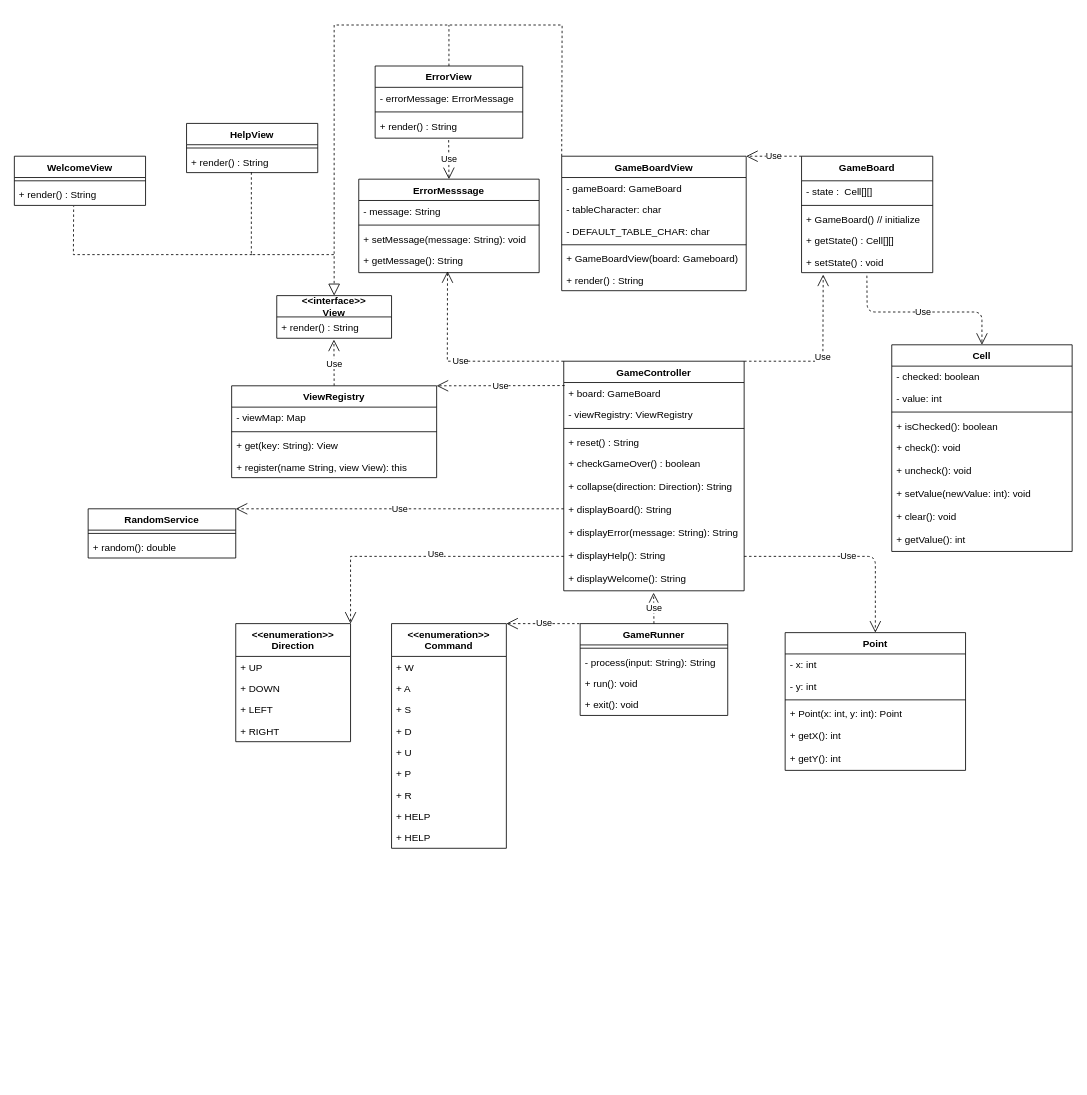
Above: page "2048" (1 of 4) of doc/2048.drawio in Darin1123/2048-in-Java (draw.io), before the change. Source tidied: cells renumbered, new cells numbered last; positions are measured from the earlier drawing's top-left corner, leaving out a move shared by most shapes. Both pictures are drawn from the tidied source at 82%, with x=0, y=0 at pixel (14, 25).
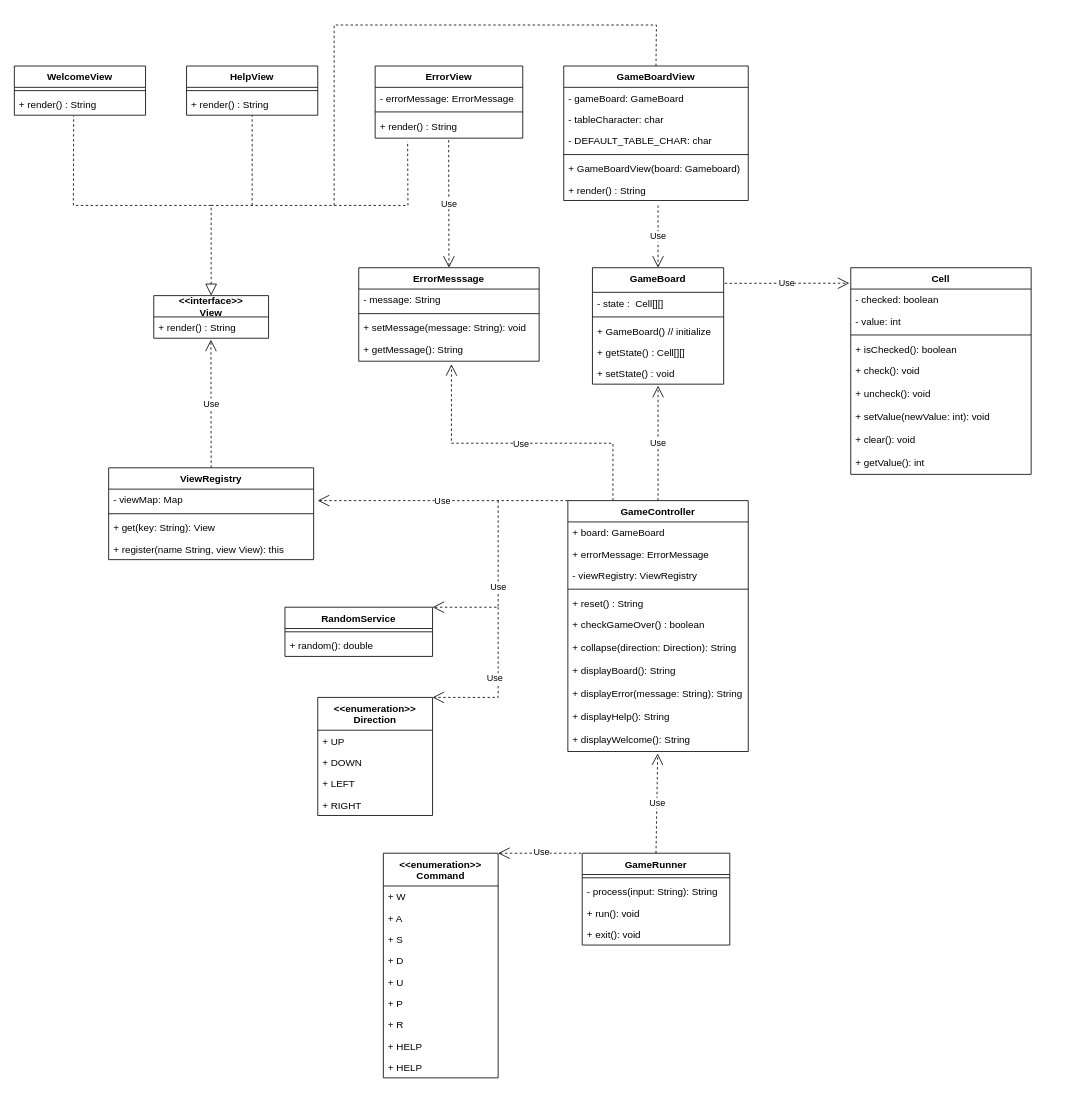
After the change.

The change refers to these unchanged cells:
```xml
<mxCell id="26" value="+ setState() : void" style="text;strokeColor=none;fillColor=none;align=left;verticalAlign=top;spacingLeft=4;spacingRight=4;overflow=hidden;points=[[0,0.5],[1,0.5]];portConstraint=eastwest;" parent="21" vertex="1">
  <mxGeometry y="116" width="160" height="26" as="geometry" />
</mxCell>
<mxCell id="29" value="+ render() : String" style="text;strokeColor=none;fillColor=none;align=left;verticalAlign=top;spacingLeft=4;spacingRight=4;overflow=hidden;points=[[0,0.5],[1,0.5]];portConstraint=eastwest;" parent="27" vertex="1">
  <mxGeometry y="34" width="160" height="26" as="geometry" />
</mxCell>
<mxCell id="77" value="+ render() : String" style="text;strokeColor=none;fillColor=none;align=left;verticalAlign=top;spacingLeft=4;spacingRight=4;overflow=hidden;points=[[0,0.5],[1,0.5]];portConstraint=eastwest;" parent="75" vertex="1">
  <mxGeometry y="34" width="160" height="26" as="geometry" />
</mxCell>
<mxCell id="99" value="ErrorView" style="swimlane;fontStyle=1;align=center;verticalAlign=top;horizontal=1;startSize=26;fillColor=none;" parent="1" vertex="1">
  <mxGeometry x="440" y="50" width="180" height="88" as="geometry" />
</mxCell>
<mxCell id="102" value="+ render() : String" style="text;strokeColor=none;fillColor=none;align=left;verticalAlign=top;spacingLeft=4;spacingRight=4;overflow=hidden;points=[[0,0.5],[1,0.5]];portConstraint=eastwest;" parent="99" vertex="1">
  <mxGeometry y="60" width="180" height="28" as="geometry" />
</mxCell>
<mxCell id="107" value="+ getMessage(): String" style="text;strokeColor=none;fillColor=none;align=left;verticalAlign=top;spacingLeft=4;spacingRight=4;overflow=hidden;points=[[0,0.5],[1,0.5]];portConstraint=eastwest;" parent="103" vertex="1">
  <mxGeometry y="86" width="220" height="28" as="geometry" />
</mxCell>
```

What changed in the source:
```diff
@@
-    <mxCell id="2" value="Use" style="endArrow=open;endSize=12;dashed=1;html=1;exitX=0.498;exitY=1.141;exitDx=0;exitDy=0;entryX=0.5;entryY=0;entryDx=0;entryDy=0;exitPerimeter=0;" parent="1" edge="1" source="26" target="81">
-      <mxGeometry relative="1" as="geometry">
-        <Array as="points">
-          <mxPoint x="1040" y="350" />
-          <mxPoint x="1180" y="350" />
-        </Array>
-      </mxGeometry>
-    </mxCell>
-    <mxCell id="3" value="Use" style="endArrow=open;endSize=12;dashed=1;html=1;entryX=1;entryY=0;entryDx=0;entryDy=0;exitX=0;exitY=0;exitDx=0;exitDy=0;" parent="1" edge="1" source="21" target="68">
-      <mxGeometry relative="1" as="geometry" />
+    <mxCell id="3" value="Use" style="endArrow=open;endSize=12;dashed=1;html=1;entryX=0.5;entryY=0;entryDx=0;entryDy=0;" parent="1" edge="1" target="21">
+      <mxGeometry relative="1" as="geometry">
+        <mxPoint x="785" y="220" as="sourcePoint" />
+      </mxGeometry>
     </mxCell>
-    <mxCell id="4" value="Use" style="endArrow=open;endSize=12;dashed=1;html=1;exitX=1;exitY=0;exitDx=0;exitDy=0;rounded=0;entryX=0.165;entryY=1.09;entryDx=0;entryDy=0;entryPerimeter=0;" parent="1" edge="1" source="10" target="26">
+    <mxCell id="4" value="Use" style="endArrow=open;endSize=12;dashed=1;html=1;exitX=0.5;exitY=0;exitDx=0;exitDy=0;rounded=0;" parent="1" edge="1" source="10">
       <mxGeometry relative="1" as="geometry">
-        <Array as="points">
-          <mxPoint x="986" y="410" />
-        </Array>
+        <mxPoint x="785" y="440" as="targetPoint" />
       </mxGeometry>
     </mxCell>
-    <mxCell id="5" style="endArrow=block;dashed=1;endFill=0;endSize=12;html=1;rounded=0;entryX=0.5;entryY=0;entryDx=0;entryDy=0;exitX=0;exitY=0;exitDx=0;exitDy=0;" parent="1" edge="1" source="68" target="32">
+    <mxCell id="5" style="endArrow=block;dashed=1;endFill=0;endSize=12;html=1;rounded=0;entryX=0.5;entryY=0;entryDx=0;entryDy=0;exitX=0.5;exitY=0;exitDx=0;exitDy=0;" parent="1" edge="1" source="68" target="32">
       <mxGeometry relative="1" as="geometry">
         <Array as="points">
-          <mxPoint x="668" />
+          <mxPoint x="783" />
           <mxPoint x="390" />
-          <mxPoint x="390" y="280" />
+          <mxPoint x="390" y="220" />
+          <mxPoint x="240" y="220" />
         </Array>
       </mxGeometry>
     </mxCell>
@@
-    <mxCell id="8" style="endArrow=open;dashed=1;html=1;entryX=1;entryY=0;entryDx=0;entryDy=0;rounded=0;startArrow=none;startFill=0;endFill=0;strokeWidth=1;startSize=6;endSize=12;exitX=0;exitY=0.5;exitDx=0;exitDy=0;" parent="1" edge="1" source="19" target="63">
+    <mxCell id="8" style="endArrow=open;dashed=1;html=1;entryX=1;entryY=0;entryDx=0;entryDy=0;rounded=0;startArrow=none;startFill=0;endFill=0;strokeWidth=1;startSize=6;endSize=12;" parent="1" edge="1" target="63">
       <mxGeometry relative="1" as="geometry">
+        <mxPoint x="590" y="710" as="sourcePoint" />
         <Array as="points">
-          <mxPoint x="410" y="648" />
+          <mxPoint x="590" y="820" />
         </Array>
       </mxGeometry>
     </mxCell>
@@
     <mxCell id="10" value="GameController" style="swimlane;fontStyle=1;align=center;verticalAlign=top;horizontal=1;startSize=26;fillColor=none;" parent="1" vertex="1">
-      <mxGeometry x="670" y="410" width="220" height="280" as="geometry" />
+      <mxGeometry x="675" y="580" width="220" height="306" as="geometry" />
     </mxCell>
@@
+    <mxCell id="108" value="+ errorMessage: ErrorMessage" style="text;strokeColor=none;fillColor=none;align=left;verticalAlign=top;spacingLeft=4;spacingRight=4;overflow=hidden;" parent="10" vertex="1">
+      <mxGeometry y="52" width="220" height="26" as="geometry" />
+    </mxCell>
     <mxCell id="12" value="- viewRegistry: ViewRegistry" style="text;strokeColor=none;fillColor=none;align=left;verticalAlign=top;spacingLeft=4;spacingRight=4;overflow=hidden;" parent="10" vertex="1">
-      <mxGeometry y="52" width="220" height="26" as="geometry" />
+      <mxGeometry y="78" width="220" height="26" as="geometry" />
     </mxCell>
     <mxCell id="13" style="line;strokeWidth=1;fillColor=none;align=left;verticalAlign=middle;spacingTop=-1;spacingLeft=3;spacingRight=3;labelPosition=right;" parent="10" vertex="1">
-      <mxGeometry y="78" width="220" height="8" as="geometry" />
+      <mxGeometry y="104" width="220" height="8" as="geometry" />
     </mxCell>
     <mxCell id="14" value="+ reset() : String" style="text;strokeColor=none;fillColor=none;align=left;verticalAlign=top;spacingLeft=4;spacingRight=4;overflow=hidden;" parent="10" vertex="1">
-      <mxGeometry y="86" width="220" height="26" as="geometry" />
+      <mxGeometry y="112" width="220" height="26" as="geometry" />
     </mxCell>
     <mxCell id="15" value="+ checkGameOver() : boolean" style="text;strokeColor=none;fillColor=none;align=left;verticalAlign=top;spacingLeft=4;spacingRight=4;overflow=hidden;" parent="10" vertex="1">
-      <mxGeometry y="112" width="220" height="28" as="geometry" />
+      <mxGeometry y="138" width="220" height="28" as="geometry" />
     </mxCell>
     <mxCell id="16" value="+ collapse(direction: Direction): String" style="text;strokeColor=none;fillColor=none;align=left;verticalAlign=top;spacingLeft=4;spacingRight=4;overflow=hidden;" parent="10" vertex="1">
-      <mxGeometry y="140" width="220" height="28" as="geometry" />
+      <mxGeometry y="166" width="220" height="28" as="geometry" />
     </mxCell>
     <mxCell id="17" value="+ displayBoard(): String" style="text;strokeColor=none;fillColor=none;align=left;verticalAlign=top;spacingLeft=4;spacingRight=4;overflow=hidden;" parent="10" vertex="1">
-      <mxGeometry y="168" width="220" height="28" as="geometry" />
+      <mxGeometry y="194" width="220" height="28" as="geometry" />
     </mxCell>
     <mxCell id="18" value="+ displayError(message: String): String" style="text;strokeColor=none;fillColor=none;align=left;verticalAlign=top;spacingLeft=4;spacingRight=4;overflow=hidden;" parent="10" vertex="1">
-      <mxGeometry y="196" width="220" height="28" as="geometry" />
+      <mxGeometry y="222" width="220" height="28" as="geometry" />
     </mxCell>
     <mxCell id="19" value="+ displayHelp(): String" style="text;strokeColor=none;fillColor=none;align=left;verticalAlign=top;spacingLeft=4;spacingRight=4;overflow=hidden;points=[[0,0.5],[1,0.5]];portConstraint=eastwest;" parent="10" vertex="1">
-      <mxGeometry y="224" width="220" height="28" as="geometry" />
+      <mxGeometry y="250" width="220" height="28" as="geometry" />
     </mxCell>
     <mxCell id="20" value="+ displayWelcome(): String" style="text;strokeColor=none;fillColor=none;align=left;verticalAlign=top;spacingLeft=4;spacingRight=4;overflow=hidden;points=[[0,0.5],[1,0.5]];portConstraint=eastwest;" parent="10" vertex="1">
-      <mxGeometry y="252" width="220" height="28" as="geometry" />
+      <mxGeometry y="278" width="220" height="28" as="geometry" />
     </mxCell>
     <mxCell id="21" value="GameBoard" style="swimlane;fontStyle=1;align=center;verticalAlign=top;horizontal=1;startSize=30;" parent="1" vertex="1">
-      <mxGeometry x="960" y="160" width="160" height="142" as="geometry" />
+      <mxGeometry x="705" y="296" width="160" height="142" as="geometry" />
     </mxCell>
@@
     <mxCell id="27" value="WelcomeView" style="swimlane;fontStyle=1;align=center;verticalAlign=top;horizontal=1;startSize=26;" parent="1" vertex="1">
-      <mxGeometry y="160" width="160" height="60" as="geometry" />
+      <mxGeometry y="50" width="160" height="60" as="geometry" />
     </mxCell>
@@
-    <mxCell id="30" style="endArrow=none;dashed=1;html=1;rounded=0;exitX=0.494;exitY=0.987;exitDx=0;exitDy=0;exitPerimeter=0;" parent="1" edge="1" source="77">
-      <mxGeometry relative="1" as="geometry">
-        <mxPoint x="390" y="280" as="targetPoint" />
-        <Array as="points">
-          <mxPoint x="289" y="280" />
-        </Array>
-      </mxGeometry>
-    </mxCell>
     <mxCell id="31" style="endArrow=none;dashed=1;html=1;entryX=0.452;entryY=1.038;entryDx=0;entryDy=0;entryPerimeter=0;rounded=0;" parent="1" edge="1" target="29">
       <mxGeometry relative="1" as="geometry">
-        <mxPoint x="290" y="280" as="sourcePoint" />
+        <mxPoint x="240" y="220" as="sourcePoint" />
         <Array as="points">
-          <mxPoint x="72" y="280" />
+          <mxPoint x="72" y="220" />
         </Array>
       </mxGeometry>
     </mxCell>
     <mxCell id="32" value="&lt;&lt;interface&gt;&gt;&#10;View" style="swimlane;fontStyle=1;horizontal=1;startSize=26;fillColor=none;" parent="1" vertex="1">
-      <mxGeometry x="320" y="330" width="140" height="52" as="geometry" />
+      <mxGeometry x="170" y="330" width="140" height="52" as="geometry" />
     </mxCell>
@@
-    <mxCell id="36" style="endArrow=open;html=1;dashed=1;entryX=1;entryY=0;entryDx=0;entryDy=0;endFill=0;endSize=12;rounded=0;exitX=0.005;exitY=0.141;exitDx=0;exitDy=0;exitPerimeter=0;" parent="1" edge="1" target="48">
+    <mxCell id="36" style="endArrow=open;html=1;dashed=1;endFill=0;endSize=12;rounded=0;exitX=0;exitY=0;exitDx=0;exitDy=0;" parent="1" edge="1" source="10">
       <mxGeometry relative="1" as="geometry">
-        <mxPoint x="671.1" y="439.7" as="sourcePoint" />
+        <mxPoint x="370" y="580" as="targetPoint" />
       </mxGeometry>
     </mxCell>
@@
     <mxCell id="38" value="GameRunner" style="swimlane;fontStyle=1;align=center;verticalAlign=top;horizontal=1;startSize=26;" parent="1" vertex="1">
-      <mxGeometry x="690" y="730" width="180" height="112" as="geometry" />
+      <mxGeometry x="692.5" y="1010" width="180" height="112" as="geometry" />
     </mxCell>
@@
     <mxCell id="44" value="RandomService" style="swimlane;fontStyle=1;align=center;verticalAlign=top;horizontal=1;startSize=26;" parent="1" vertex="1">
-      <mxGeometry x="90" y="590" width="180" height="60" as="geometry" />
+      <mxGeometry x="330" y="710" width="180" height="60" as="geometry" />
     </mxCell>
@@
     <mxCell id="47" value="Use" style="endArrow=open;endSize=12;dashed=1;html=1;entryX=1;entryY=0;entryDx=0;entryDy=0;rounded=0;" parent="1" edge="1" target="44">
       <mxGeometry relative="1" as="geometry">
-        <mxPoint x="670" y="590" as="sourcePoint" />
+        <mxPoint x="590" y="580" as="sourcePoint" />
+        <Array as="points">
+          <mxPoint x="590" y="710" />
+        </Array>
       </mxGeometry>
     </mxCell>
     <mxCell id="48" value="ViewRegistry" style="swimlane;fontStyle=1;align=center;verticalAlign=top;horizontal=1;startSize=26;" parent="1" vertex="1">
-      <mxGeometry x="265" y="440" width="250" height="112" as="geometry" />
+      <mxGeometry x="115" y="540" width="250" height="112" as="geometry" />
     </mxCell>
@@
     <mxCell id="53" value="&lt;&lt;enumeration&gt;&gt;&#10;Command" style="swimlane;fontStyle=1;horizontal=1;startSize=40;fillColor=none;" parent="1" vertex="1">
-      <mxGeometry x="460" y="730" width="140" height="274" as="geometry" />
+      <mxGeometry x="450" y="1010" width="140" height="274" as="geometry" />
     </mxCell>
@@
     <mxCell id="63" value="&lt;&lt;enumeration&gt;&gt;&#10;Direction" style="swimlane;fontStyle=1;horizontal=1;startSize=40;fillColor=none;" parent="1" vertex="1">
-      <mxGeometry x="270" y="730" width="140" height="144" as="geometry" />
+      <mxGeometry x="370" y="820" width="140" height="144" as="geometry" />
     </mxCell>
@@
     <mxCell id="68" value="GameBoardView" style="swimlane;fontStyle=1;align=center;verticalAlign=top;horizontal=1;startSize=26;" parent="1" vertex="1">
-      <mxGeometry x="667.5" y="160" width="225" height="164" as="geometry" />
+      <mxGeometry x="670" y="50" width="225" height="164" as="geometry" />
     </mxCell>
@@
     <mxCell id="75" value="HelpView" style="swimlane;fontStyle=1;align=center;verticalAlign=top;horizontal=1;startSize=26;" parent="1" vertex="1">
-      <mxGeometry x="210" y="120" width="160" height="60" as="geometry" />
+      <mxGeometry x="210" y="50" width="160" height="60" as="geometry" />
     </mxCell>
@@
-    <mxCell id="78" style="endArrow=none;dashed=1;html=1;exitX=0.5;exitY=0;exitDx=0;exitDy=0;" parent="1" edge="1" source="99">
-      <mxGeometry relative="1" as="geometry">
-        <mxPoint x="530" as="targetPoint" />
-      </mxGeometry>
-    </mxCell>
@@
-    <mxCell id="80" value="Use" style="endArrow=open;endSize=12;dashed=1;html=1;entryX=0.492;entryY=0.94;entryDx=0;entryDy=0;entryPerimeter=0;exitX=0;exitY=0;exitDx=0;exitDy=0;rounded=0;" parent="1" edge="1" source="10" target="107">
-      <mxGeometry relative="1" as="geometry">
-        <Array as="points">
-          <mxPoint x="528" y="410" />
-        </Array>
-      </mxGeometry>
-    </mxCell>
     <mxCell id="81" value="Cell" style="swimlane;fontStyle=1;align=center;verticalAlign=top;horizontal=1;startSize=26;fillColor=none;" parent="1" vertex="1">
-      <mxGeometry x="1070" y="390" width="220" height="252" as="geometry" />
+      <mxGeometry x="1020" y="296" width="220" height="252" as="geometry" />
     </mxCell>
@@
-    <mxCell id="91" value="Use" style="endArrow=open;endSize=12;dashed=1;html=1;entryX=0.5;entryY=0;entryDx=0;entryDy=0;exitX=1;exitY=0.5;exitDx=0;exitDy=0;" parent="1" edge="1" source="19" target="92">
-      <mxGeometry relative="1" as="geometry">
-        <Array as="points">
-          <mxPoint x="1050" y="648" />
-        </Array>
-      </mxGeometry>
-    </mxCell>
-    <mxCell id="92" value="Point" style="swimlane;fontStyle=1;align=center;verticalAlign=top;horizontal=1;startSize=26;fillColor=none;" parent="1" vertex="1">
-      <mxGeometry x="940" y="741" width="220" height="168" as="geometry" />
-    </mxCell>
-    <mxCell id="93" value="- x: int" style="text;strokeColor=none;fillColor=none;align=left;verticalAlign=top;spacingLeft=4;spacingRight=4;overflow=hidden;" parent="92" vertex="1">
-      <mxGeometry y="26" width="220" height="26" as="geometry" />
-    </mxCell>
-    <mxCell id="94" value="- y: int" style="text;strokeColor=none;fillColor=none;align=left;verticalAlign=top;spacingLeft=4;spacingRight=4;overflow=hidden;" parent="92" vertex="1">
-      <mxGeometry y="52" width="220" height="26" as="geometry" />
-    </mxCell>
-    <mxCell id="95" style="line;strokeWidth=1;fillColor=none;align=left;verticalAlign=middle;spacingTop=-1;spacingLeft=3;spacingRight=3;labelPosition=right;" parent="92" vertex="1">
-      <mxGeometry y="78" width="220" height="8" as="geometry" />
-    </mxCell>
-    <mxCell id="96" value="+ Point(x: int, y: int): Point" style="text;strokeColor=none;fillColor=none;align=left;verticalAlign=top;spacingLeft=4;spacingRight=4;overflow=hidden;" parent="92" vertex="1">
-      <mxGeometry y="86" width="220" height="26" as="geometry" />
-    </mxCell>
-    <mxCell id="97" value="+ getX(): int" style="text;strokeColor=none;fillColor=none;align=left;verticalAlign=top;spacingLeft=4;spacingRight=4;overflow=hidden;" parent="92" vertex="1">
-      <mxGeometry y="112" width="220" height="28" as="geometry" />
-    </mxCell>
-    <mxCell id="98" value="+ getY(): int" style="text;strokeColor=none;fillColor=none;align=left;verticalAlign=top;spacingLeft=4;spacingRight=4;overflow=hidden;" parent="92" vertex="1">
-      <mxGeometry y="140" width="220" height="28" as="geometry" />
-    </mxCell>
@@
     <mxCell id="103" value="ErrorMesssage" style="swimlane;fontStyle=1;align=center;verticalAlign=top;horizontal=1;startSize=26;fillColor=none;" parent="1" vertex="1">
-      <mxGeometry x="420" y="188" width="220" height="114" as="geometry" />
+      <mxGeometry x="420" y="296" width="220" height="114" as="geometry" />
     </mxCell>
@@
+    <mxCell id="109" style="endArrow=none;dashed=1;html=1;rounded=0;" parent="1" edge="1">
+      <mxGeometry relative="1" as="geometry">
+        <mxPoint x="290" y="220" as="sourcePoint" />
+        <mxPoint x="290" y="110" as="targetPoint" />
+      </mxGeometry>
+    </mxCell>
+    <mxCell id="110" style="endArrow=none;dashed=1;html=1;entryX=0.22;entryY=1.131;entryDx=0;entryDy=0;entryPerimeter=0;rounded=0;" parent="1" edge="1" target="102">
+      <mxGeometry relative="1" as="geometry">
+        <mxPoint x="390" y="220" as="sourcePoint" />
+        <Array as="points">
+          <mxPoint x="480" y="220" />
+        </Array>
+      </mxGeometry>
+    </mxCell>
+    <mxCell id="111" value="Use" style="endArrow=open;endSize=12;dashed=1;html=1;exitX=1.008;exitY=0.134;exitDx=0;exitDy=0;rounded=0;entryX=-0.008;entryY=0.075;entryDx=0;entryDy=0;exitPerimeter=0;entryPerimeter=0;" parent="1" edge="1" source="21" target="81">
+      <mxGeometry relative="1" as="geometry" />
+    </mxCell>
+    <mxCell id="80" style="endArrow=open;html=1;dashed=1;entryX=0.514;entryY=1.131;entryDx=0;entryDy=0;endFill=0;endSize=12;rounded=0;exitX=0.25;exitY=0;exitDx=0;exitDy=0;entryPerimeter=0;" parent="1" edge="1" source="10" target="107">
+      <mxGeometry relative="1" as="geometry">
+        <Array as="points">
+          <mxPoint x="730" y="510" />
+          <mxPoint x="533" y="510" />
+        </Array>
+      </mxGeometry>
+    </mxCell>
+    <mxCell id="112" value="Use" style="edgeLabel;html=1;align=center;verticalAlign=middle;" parent="80" vertex="1">
+      <mxGeometry x="0.01" relative="1" as="geometry" />
+    </mxCell>
```
